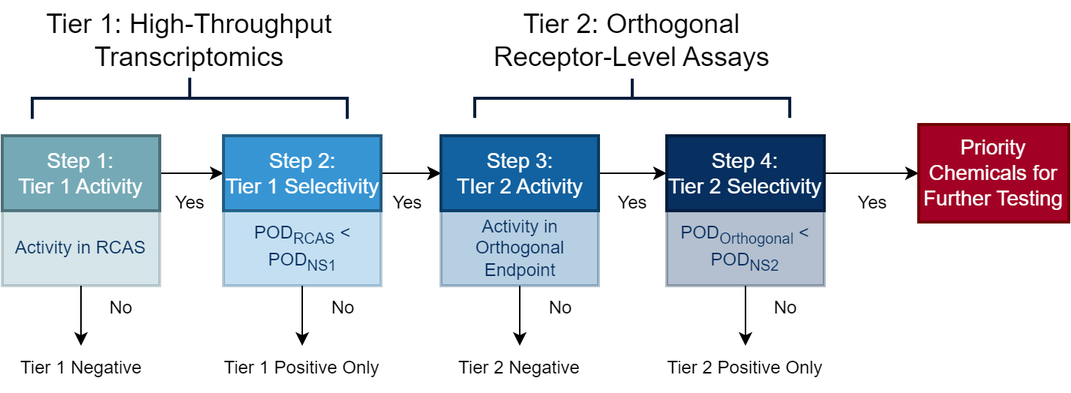
Before: vignettes/Fig2A_detail.png, a diagram exported from draw.io (USEPA/CompTox-HTTr-RCAS). Source tidied: cells renumbered, new cells last; positions are measured from the earlier drawing's top-left corner, leaving out a move shared by most shapes.
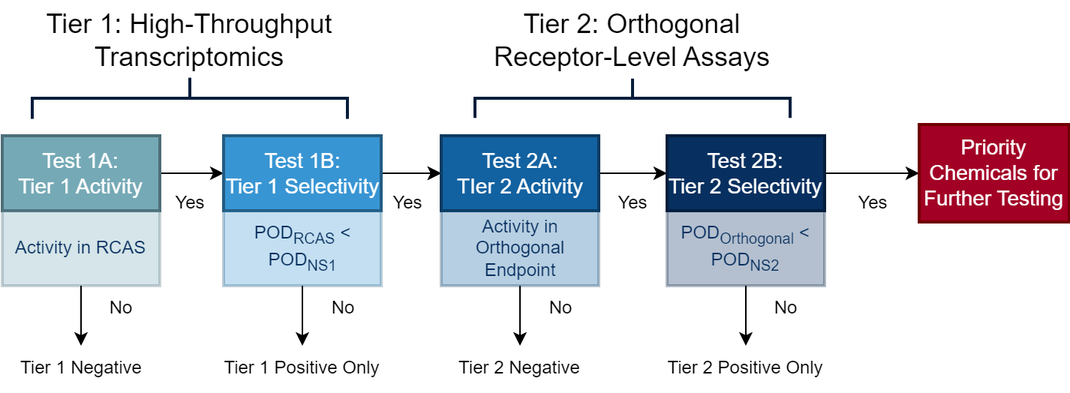
The same diagram one commit later.

Commit message:
attrition-plot: updated data-poor text + annotation position

What changed in the source:
```diff
@@ -50,7 +50,7 @@
     <mxCell id="17" style="group;" parent="16" vertex="1">
       <mxGeometry width="110" height="140" as="geometry" />
     </mxCell>
-    <mxCell id="18" value="Step 1:&lt;br&gt;Tier 1 Activity" style="rounded=0;whiteSpace=wrap;html=1;fillColor=#75a9b6;strokeColor=#4d6f78;strokeWidth=2;fontSize=14;labelBorderColor=none;fontColor=#FFFFFF;" parent="17" vertex="1">
+    <mxCell id="18" value="Test 1A:&lt;br&gt;Tier 1 Activity" style="rounded=0;whiteSpace=wrap;html=1;fillColor=#75a9b6;strokeColor=#4d6f78;strokeWidth=2;fontSize=14;labelBorderColor=none;fontColor=#FFFFFF;" parent="17" vertex="1">
       <mxGeometry width="105" height="50" as="geometry" />
     </mxCell>
     <mxCell id="19" value="Activity in RCAS" style="rounded=0;whiteSpace=wrap;html=1;strokeColor=#4d6f78;strokeWidth=2;fontColor=#072f5f;fillColor=#75A9B6;opacity=30;" parent="17" vertex="1">
@@ -71,7 +71,7 @@
     <mxCell id="24" style="group;" parent="23" vertex="1">
       <mxGeometry x="7.5" width="153.5" height="140" as="geometry" />
     </mxCell>
-    <mxCell id="25" value="Step 2:&lt;br&gt;Tier 1 Selectivity" style="rounded=0;whiteSpace=wrap;html=1;fillColor=#3895d3;strokeColor=#235c82;strokeWidth=2;fontSize=14;labelBackgroundColor=none;fontColor=#FFFFFF;" parent="24" vertex="1">
+    <mxCell id="25" value="Test 1B:&lt;br&gt;Tier 1 Selectivity" style="rounded=0;whiteSpace=wrap;html=1;fillColor=#3895d3;strokeColor=#235c82;strokeWidth=2;fontSize=14;labelBackgroundColor=none;fontColor=#FFFFFF;" parent="24" vertex="1">
       <mxGeometry width="105" height="50" as="geometry" />
     </mxCell>
     <mxCell id="26" value="POD&lt;sub&gt;RCAS&lt;/sub&gt; &amp;lt; POD&lt;sub&gt;NS1&lt;/sub&gt;" style="rounded=0;whiteSpace=wrap;html=1;strokeColor=#235c82;strokeWidth=2;fontColor=#072f5f;fillColor=#3895d3;opacity=30;" parent="24" vertex="1">
@@ -95,7 +95,7 @@
     <mxCell id="32" style="group;" parent="31" vertex="1">
       <mxGeometry x="2.5" width="115" height="140" as="geometry" />
     </mxCell>
-    <mxCell id="33" value="Step 3:&lt;br&gt;TIer 2 Activity" style="rounded=0;whiteSpace=wrap;html=1;fillColor=#1261a0;strokeColor=#0b3b61;strokeWidth=2;fontSize=14;fontColor=#FFFFFF;" parent="32" vertex="1">
+    <mxCell id="33" value="Test 2A:&lt;br&gt;TIer 2 Activity" style="rounded=0;whiteSpace=wrap;html=1;fillColor=#1261a0;strokeColor=#0b3b61;strokeWidth=2;fontSize=14;fontColor=#FFFFFF;" parent="32" vertex="1">
       <mxGeometry width="105" height="50" as="geometry" />
     </mxCell>
     <mxCell id="34" value="Activity in Orthogonal Endpoint" style="rounded=0;whiteSpace=wrap;html=1;strokeColor=#0b3b61;strokeWidth=2;fontColor=#072f5f;fillColor=#1261a0;opacity=30;" parent="32" vertex="1">
@@ -116,7 +116,7 @@
     <mxCell id="39" style="group;" parent="38" vertex="1">
       <mxGeometry x="3" width="168" height="140" as="geometry" />
     </mxCell>
-    <mxCell id="40" value="Step 4:&lt;br&gt;Tier 2 Selectivity" style="rounded=0;whiteSpace=wrap;html=1;fillColor=#072f5f;strokeColor=#041d3b;strokeWidth=2;fontSize=14;fontColor=#FFFFFF;" parent="39" vertex="1">
+    <mxCell id="40" value="Test 2B:&lt;br&gt;Tier 2 Selectivity" style="rounded=0;whiteSpace=wrap;html=1;fillColor=#072f5f;strokeColor=#041d3b;strokeWidth=2;fontSize=14;fontColor=#FFFFFF;" parent="39" vertex="1">
       <mxGeometry width="105" height="50" as="geometry" />
     </mxCell>
     <mxCell id="41" value="POD&lt;sub&gt;Orthogonal&lt;/sub&gt; &amp;lt; POD&lt;sub&gt;NS2&lt;/sub&gt;" style="rounded=0;whiteSpace=wrap;html=1;strokeColor=#041d3b;strokeWidth=2;fontColor=#072f5f;fillColor=#072f5f;opacity=30;" parent="39" vertex="1">
```
